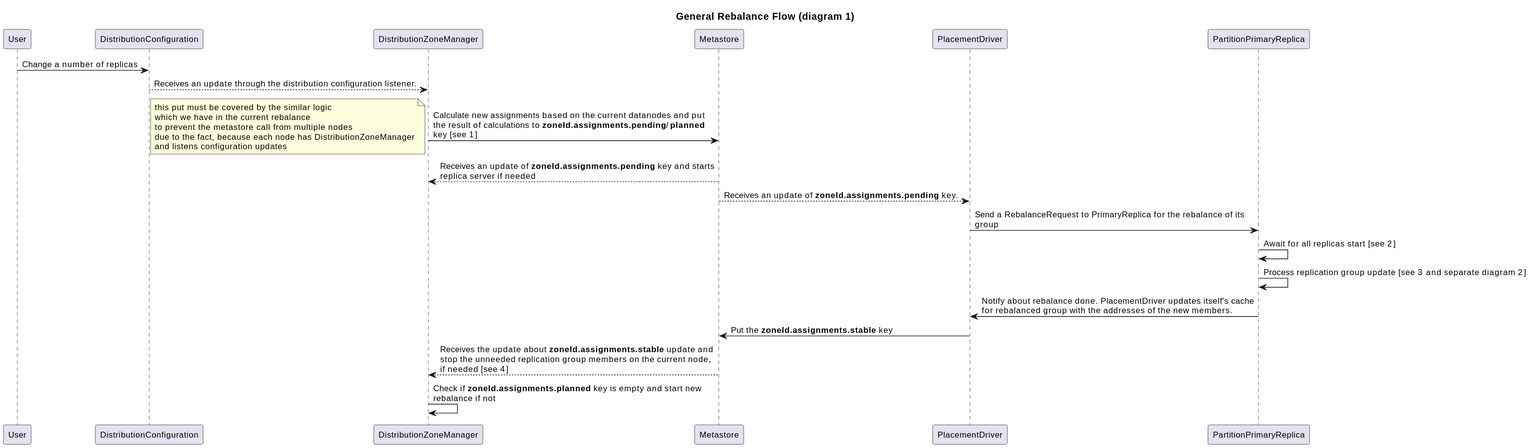
Before: modules/distribution-zones/tech-notes/images/flow.svg, a diagram exported from PlantUML (apache/ignite-3). Its diagram source:
```plantuml
@startuml
title General Rebalance Flow (diagram 1)

skinparam maxMessageSize 400
skinparam defaultFontSize 12

User -> DistributionConfiguration : Change a number of replicas

DistributionConfiguration --> DistributionZoneManager : Receives an update through the distribution configuration listener.

DistributionZoneManager -> Metastore : Calculate new assignments based on the current datanodes and put the result of calculations to **zoneId.assignments.pending**/**planned** key [see 1]
note left
this put must be covered by the similar logic
which we have in the current rebalance
to prevent the metastore call from multiple nodes
due to the fact, because each node has DistributionZoneManager
and listens configuration updates
end note

Metastore --> DistributionZoneManager : Receives an update of **zoneId.assignments.pending** key and starts replica server if needed
Metastore --> PlacementDriver : Receives an update of **zoneId.assignments.pending** key.
PlacementDriver -> PartitionPrimaryReplica : Send a RebalanceRequest to PrimaryReplica for the rebalance of its group
PartitionPrimaryReplica -> PartitionPrimaryReplica: Await for all replicas start [see 2]
PartitionPrimaryReplica -> PartitionPrimaryReplica : Process replication group update [see 3 and separate diagram 2]
PartitionPrimaryReplica -> PlacementDriver : Notify about rebalance done. PlacementDriver updates itself's cache for rebalanced group with the addresses of the new members.
PlacementDriver -> Metastore : Put the **zoneId.assignments.stable** key
Metastore --> DistributionZoneManager : Receives the update about **zoneId.assignments.stable** update and stop the unneeded replication group members on the current node, if needed [see 4]
DistributionZoneManager -> DistributionZoneManager : Check if **zoneId.assignments.planned** key is empty and start new rebalance if not
@enduml
```
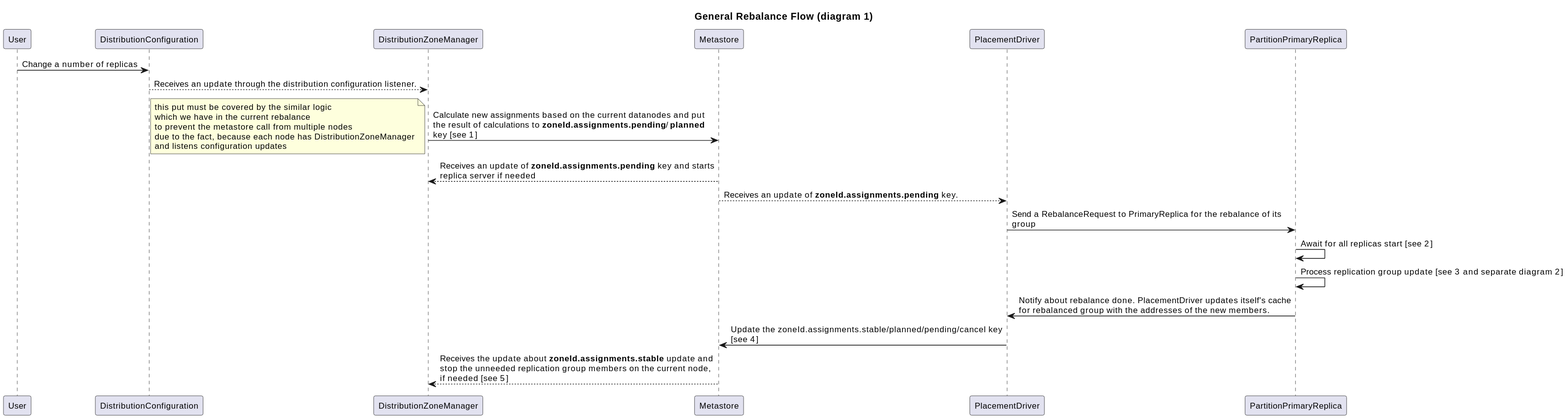
The same file after the commit.

Commit message:
IGNITE-17056 Design rebalance cancel mechanism

Diff of the diagram source:
```diff
@@ -23,7 +23,6 @@
 PartitionPrimaryReplica -> PartitionPrimaryReplica: Await for all replicas start [see 2]
 PartitionPrimaryReplica -> PartitionPrimaryReplica : Process replication group update [see 3 and separate diagram 2]
 PartitionPrimaryReplica -> PlacementDriver : Notify about rebalance done. PlacementDriver updates itself's cache for rebalanced group with the addresses of the new members.
-PlacementDriver -> Metastore : Put the **zoneId.assignments.stable** key
-Metastore --> DistributionZoneManager : Receives the update about **zoneId.assignments.stable** update and stop the unneeded replication group members on the current node, if needed [see 4]
-DistributionZoneManager -> DistributionZoneManager : Check if **zoneId.assignments.planned** key is empty and start new rebalance if not
+PlacementDriver -> Metastore : Update the zoneId.assignments.stable/planned/pending/cancel key [see 4]
+Metastore --> DistributionZoneManager : Receives the update about **zoneId.assignments.stable** update and stop the unneeded replication group members on the current node, if needed [see 5]
 @enduml
```
